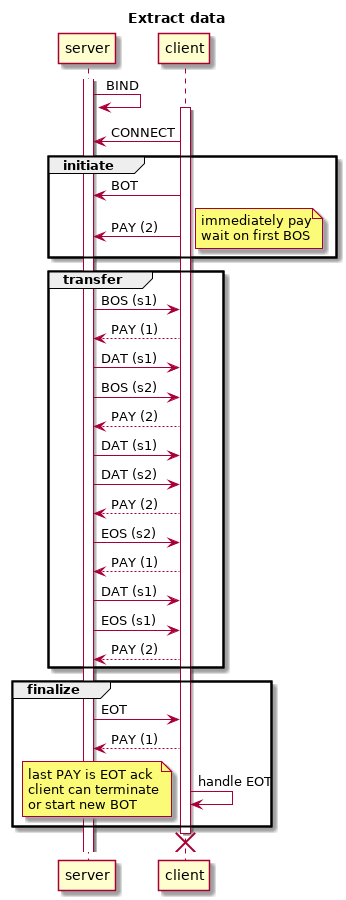
brettviren/zio keeps this PlantUML diagram as docs/flow-inject.png. Above is the earlier version.
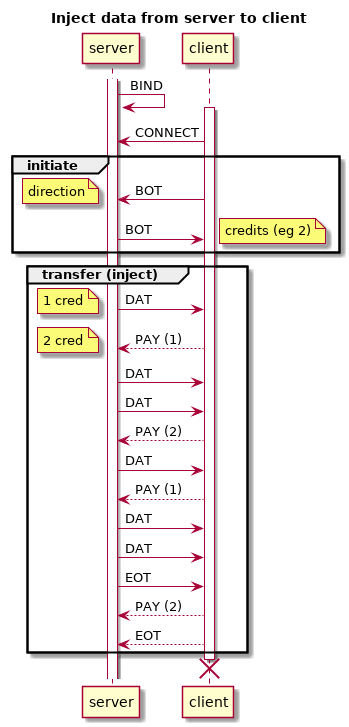
After the change.

Commit message:
Test out implementing flow protocol in boost.sml

What changed in the source:
```diff
@@ -1,41 +1,38 @@
 @startuml
-title Extract data
+title Inject data from server to client
 activate server
         server -> server: BIND
         activate client
                 client -> server : CONNECT
                 group initiate
                         client -> server : BOT
-                        client -> server : PAY (2)
+                        note left
+                                direction
+                        end note
+                        server -> client : BOT
                         note right
-                                immediately pay
-                                wait on first BOS
+                                credits (eg 2)
                         end note
                 end
-                group transfer
-                        server  -> client : BOS (s1)
+                group transfer (inject)
+                        server  -> client : DAT
+                        note left
+                                1 cred
+                        end note
                         client --> server : PAY (1)
-                        server  -> client : DAT (s1)
-                        server  -> client : BOS (s2)
+                        note left
+                                2 cred
+                        end note
+                        server  -> client : DAT
+                        server  -> client : DAT
                         client --> server : PAY (2)
-                        server  -> client : DAT (s1)
-                        server  -> client : DAT (s2)
+                        server  -> client : DAT
+                        client --> server : PAY (1)
+                        server  -> client : DAT
+                        server  -> client : DAT
+                        server -> client : EOT
                         client --> server : PAY (2)
-                        server  -> client : EOS (s2)
-                        client --> server : PAY (1)
-                        server  -> client : DAT (s1)
-                        server  -> client : EOS (s1)
-                        client --> server : PAY (2)
-                end
-                group finalize
-                        server -> client : EOT
-                        client --> server : PAY (1)
-                        client -> client : handle EOT
-                        note left
-                                last PAY is EOT ack
-                                client can terminate
-                                or start new BOT
-                        end note
+                        client --> server : EOT
                 end
                 destroy client
                 @enduml
```
